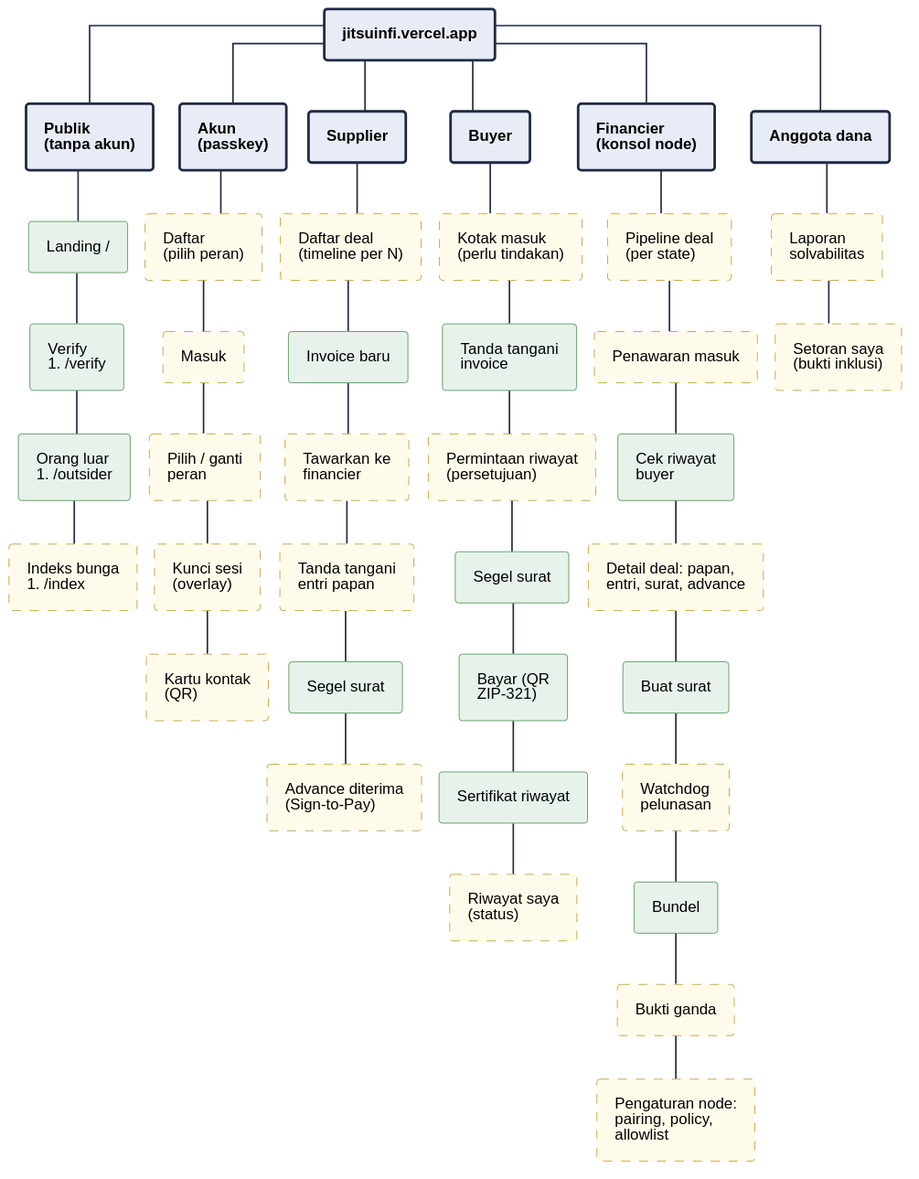
The PlantUML diagram 08-FlowDiagrams/assets/pg-01-pages.svg in JitsuinFi/jitsuinfi-vault, before a commit.
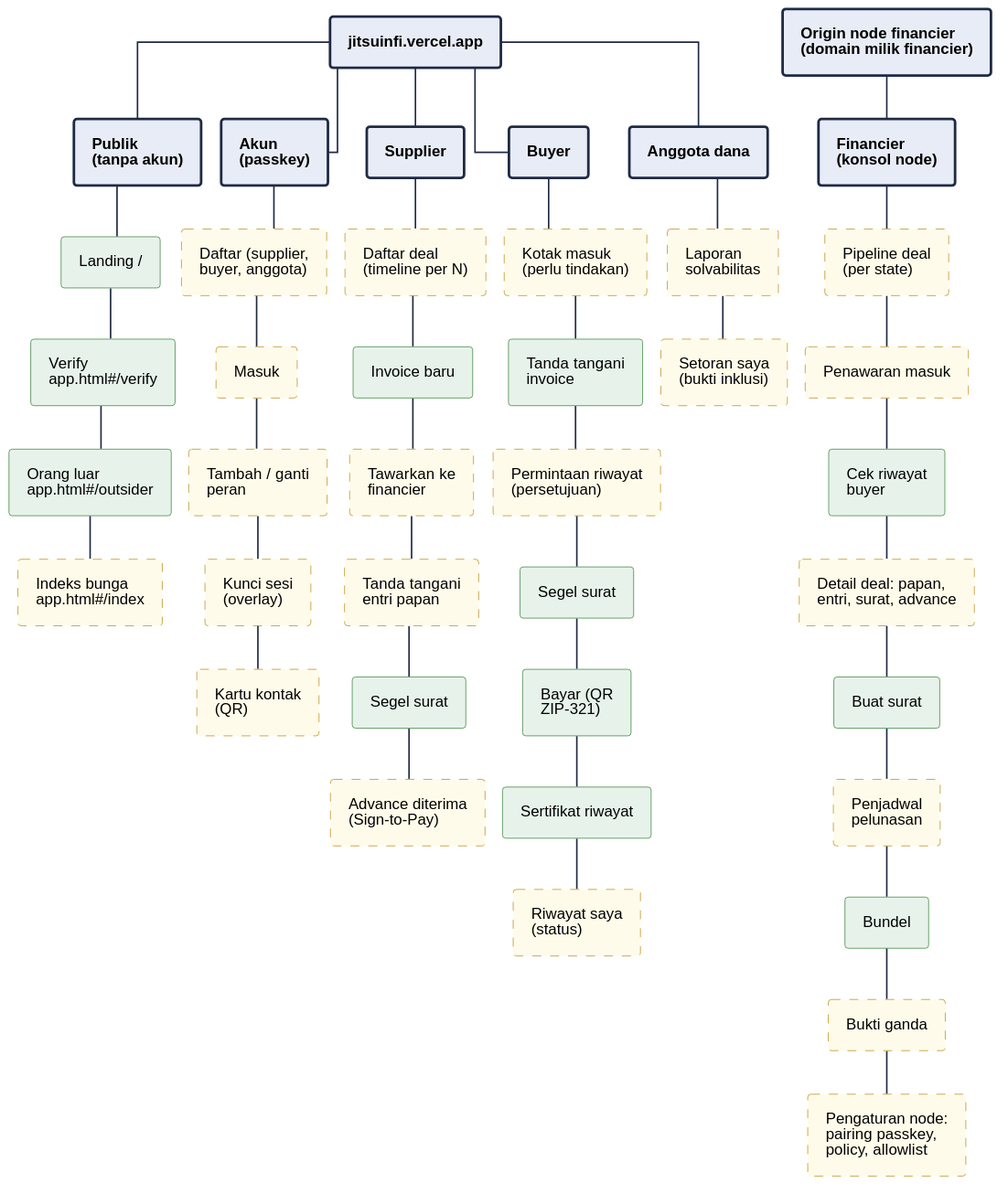
The same diagram one commit later.

Diff of the diagram source:
```diff
@@ -18,6 +18,7 @@
   FontStyle bold
 }
 rectangle "jitsuinfi.vercel.app" <<group>> as ROOT
+rectangle "Origin node financier\n(domain milik financier)" <<group>> as NODE
 rectangle "Publik\n(tanpa akun)" <<group>> as PUB
 rectangle "Akun\n(passkey)" <<group>> as AUTH
 rectangle "Supplier" <<group>> as SUP
@@ -28,19 +29,19 @@
 ROOT -down- AUTH
 ROOT -down- SUP
 ROOT -down- BUY
-ROOT -down- FIN
+NODE -down- FIN
 ROOT -down- MEM
 rectangle "Landing /" <<have>> as p1
-rectangle "Verify\n#/verify" <<have>> as p2
-rectangle "Orang luar\n#/outsider" <<have>> as p3
-rectangle "Indeks bunga\n#/index" <<new>> as p4
+rectangle "Verify\napp.html~#/verify" <<have>> as p2
+rectangle "Orang luar\napp.html~#/outsider" <<have>> as p3
+rectangle "Indeks bunga\napp.html~#/index" <<new>> as p4
 PUB -down- p1
 p1 -down- p2
 p2 -down- p3
 p3 -down- p4
-rectangle "Daftar\n(pilih peran)" <<new>> as a1
+rectangle "Daftar (supplier,\nbuyer, anggota)" <<new>> as a1
 rectangle "Masuk" <<new>> as a2
-rectangle "Pilih / ganti\nperan" <<new>> as a3
+rectangle "Tambah / ganti\nperan" <<new>> as a3
 rectangle "Kunci sesi\n(overlay)" <<new>> as a4
 rectangle "Kartu kontak\n(QR)" <<new>> as a5
 AUTH -down- a1
@@ -79,10 +80,10 @@
 rectangle "Cek riwayat\nbuyer" <<have>> as f3
 rectangle "Detail deal: papan,\nentri, surat, advance" <<new>> as f4
 rectangle "Buat surat" <<have>> as f5
-rectangle "Watchdog\npelunasan" <<new>> as f6
+rectangle "Penjadwal\npelunasan" <<new>> as f6
 rectangle "Bundel" <<have>> as f7
 rectangle "Bukti ganda" <<new>> as f9
-rectangle "Pengaturan node:\npairing, policy,\nallowlist" <<new>> as f8
+rectangle "Pengaturan node:\npairing passkey,\npolicy, allowlist" <<new>> as f8
 FIN -down- f1
 f1 -down- f2
 f2 -down- f3
```
